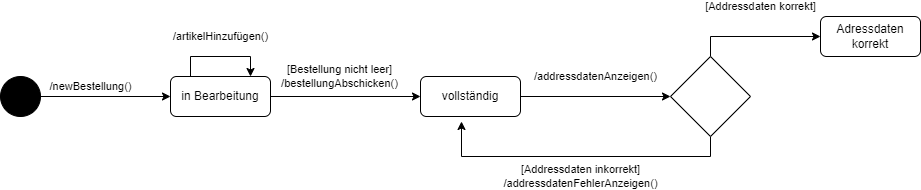
This is Übung9/Uebung9.drawio.png from jahtzee/SE_WS21, a draw.io export, as it was before one commit. Source tidied: cells renumbered, new cells last; positions are measured from the earlier drawing's top-left corner, leaving out a move shared by most shapes.
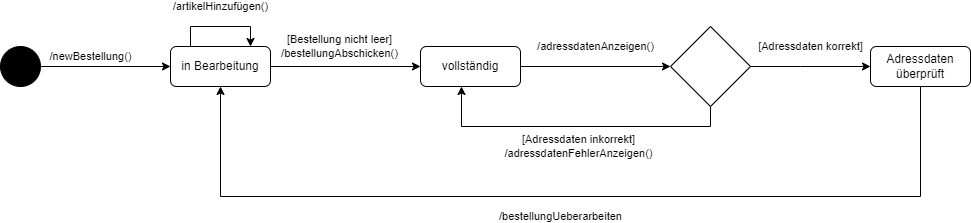
After the commit.

Diff of the diagram source:
```diff
@@ -14,7 +14,7 @@
     <mxCell id="5" value="in Bearbeitung" style="shape=rect;rounded=1;html=1;whiteSpace=wrap;align=center;" parent="1" vertex="1">
       <mxGeometry x="170" y="60" width="100" height="40" as="geometry" />
     </mxCell>
-    <mxCell id="6" value="/addressdatenAnzeigen()" style="edgeStyle=orthogonalEdgeStyle;rounded=0;jettySize=auto;html=1;" parent="1" edge="1" source="7" target="12">
+    <mxCell id="6" value="/adressdatenAnzeigen()" style="edgeStyle=orthogonalEdgeStyle;rounded=0;jettySize=auto;html=1;" parent="1" edge="1" source="7" target="12">
       <mxGeometry y="20" relative="1" as="geometry" />
     </mxCell>
     <mxCell id="7" value="vollständig" style="shape=rect;rounded=1;html=1;whiteSpace=wrap;align=center;" parent="1" vertex="1">
@@ -28,17 +28,26 @@
         </Array>
       </mxGeometry>
     </mxCell>
+    <mxCell id="13" value="/bestellungUeberarbeiten" style="edgeStyle=orthogonalEdgeStyle;rounded=0;jettySize=auto;html=1;" parent="1" edge="1" source="9" target="5">
+      <mxGeometry x="0.02" y="20" relative="1" as="geometry">
+        <Array as="points">
+          <mxPoint x="920" y="210" />
+          <mxPoint x="220" y="210" />
+        </Array>
+      </mxGeometry>
+    </mxCell>
-    <mxCell id="9" value="Adressdaten korrekt" style="shape=rect;rounded=1;html=1;whiteSpace=wrap;align=center;" parent="1" vertex="1">
-      <mxGeometry x="820" width="100" height="40" as="geometry" />
+    <mxCell id="9" value="Adressdaten überprüft" style="shape=rect;rounded=1;html=1;whiteSpace=wrap;align=center;" parent="1" vertex="1">
+      <mxGeometry x="870" y="60" width="100" height="40" as="geometry" />
     </mxCell>
-    <mxCell id="10" value="[Addressdaten korrekt]" style="edgeStyle=orthogonalEdgeStyle;rounded=0;jettySize=auto;html=1;" parent="1" edge="1" source="12" target="9">
-      <mxGeometry x="0.08" y="30" relative="1" as="geometry">
+    <mxCell id="10" value="[Adressdaten korrekt]" style="edgeStyle=orthogonalEdgeStyle;rounded=0;jettySize=auto;html=1;" parent="1" edge="1" source="12" target="9">
+      <mxGeometry y="20" relative="1" as="geometry">
         <Array as="points">
-          <mxPoint x="710" y="20" />
+          <mxPoint x="800" y="80" />
+          <mxPoint x="800" y="80" />
         </Array>
       </mxGeometry>
     </mxCell>
-    <mxCell id="11" value="[Addressdaten inkorrekt]&lt;br&gt;/addressdatenFehlerAnzeigen()" style="edgeStyle=orthogonalEdgeStyle;rounded=0;jettySize=auto;html=1;entryX=0.41;entryY=1.125;entryDx=0;entryDy=0;entryPerimeter=0;" parent="1" edge="1" source="12" target="7">
+    <mxCell id="11" value="[Adressdaten inkorrekt]&lt;br&gt;/adressdatenFehlerAnzeigen()" style="edgeStyle=orthogonalEdgeStyle;rounded=0;jettySize=auto;html=1;" parent="1" edge="1" source="12" target="7">
       <mxGeometry x="-0.01" y="20" relative="1" as="geometry">
         <Array as="points">
           <mxPoint x="710" y="140" />
```
